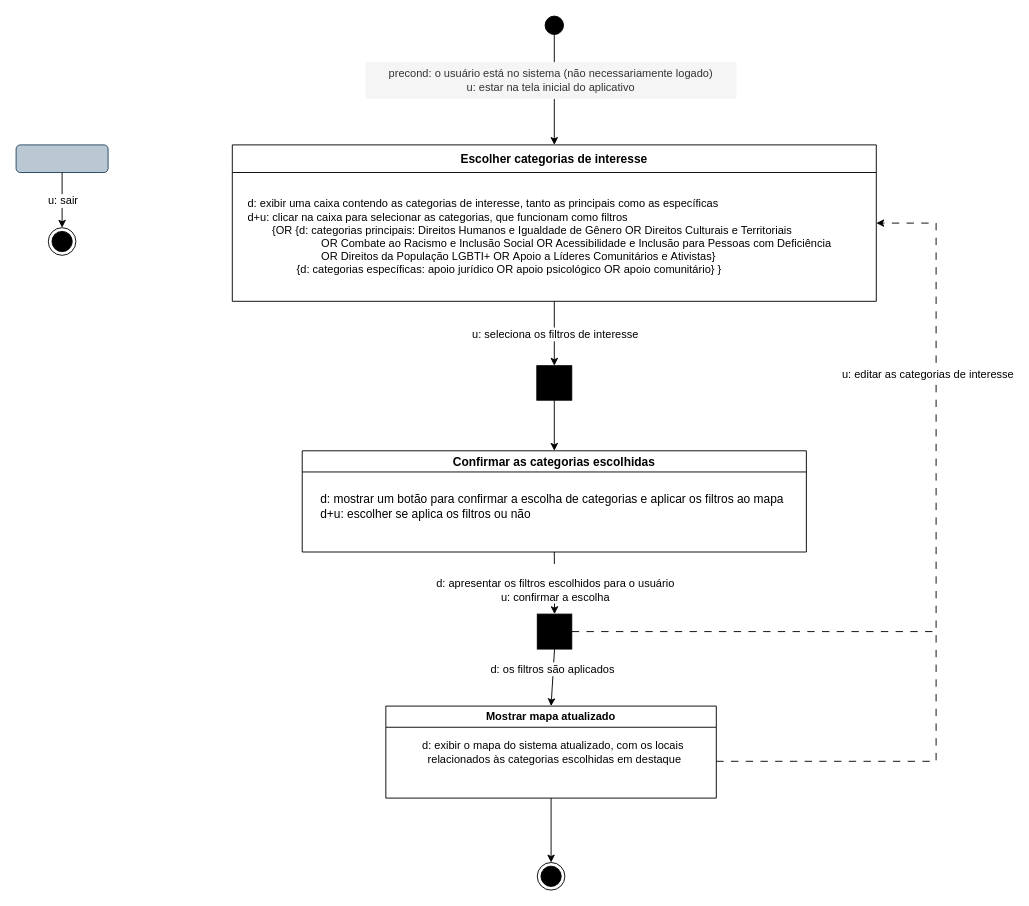
Before: tp ihc - modelagem de interação preferências .drawio in manuelamfo/TP-IHC-2024-2, a draw.io diagram. Source tidied: cells renumbered, new cells numbered last; positions are measured from the earlier drawing's top-left corner, leaving out a move shared by most shapes. Both pictures are drawn from the tidied source at 92%, with x=0, y=0 at pixel (16, 16).
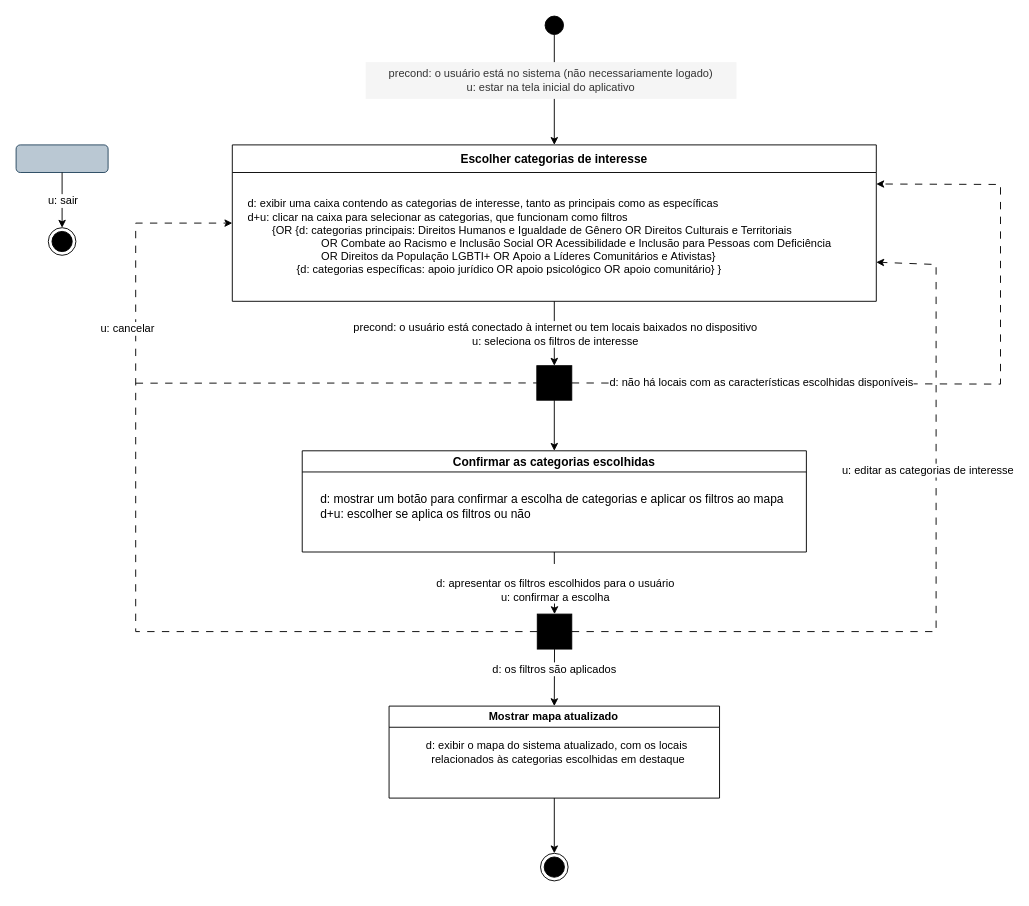
After the change.

The change refers to these unchanged cells:
```xml
<mxCell id="5" style="whiteSpace=wrap;html=1;fontStyle=1;startSize=23;fillColor=#000000;direction=south;" parent="1" vertex="1">
  <mxGeometry x="566.5" y="650" width="37.5" height="38" as="geometry" />
</mxCell>
<mxCell id="14" value="&lt;font style=&quot;font-size: 13px;&quot;&gt;Escolher categorias de interesse&lt;/font&gt;" style="swimlane;whiteSpace=wrap;html=1;startSize=30;" parent="1" vertex="1">
  <mxGeometry x="235" y="140" width="700" height="170" as="geometry" />
</mxCell>
<mxCell id="17" style="whiteSpace=wrap;html=1;fontStyle=1;startSize=23;fillColor=#000000;" parent="1" vertex="1">
  <mxGeometry x="566" y="380" width="38" height="37.5" as="geometry" />
</mxCell>
<mxCell id="19" style="endArrow=classic;html=1;rounded=0;exitX=0.5;exitY=1;exitDx=0;exitDy=0;entryX=0.5;entryY=0;entryDx=0;entryDy=0;" parent="1" edge="1" source="14" target="17">
  <mxGeometry relative="1" as="geometry" />
</mxCell>
```

Diff of the diagram source:
```diff
@@
     <mxCell id="8" style="ellipse;html=1;shape=endState;fillColor=#000000;strokeColor=#000000;" parent="1" vertex="1">
-      <mxGeometry x="566.5" y="920" width="30" height="30" as="geometry" />
+      <mxGeometry x="570" y="910" width="30" height="30" as="geometry" />
     </mxCell>
@@
-    <mxCell id="20" value="u: seleciona os filtros de interesse" style="edgeLabel;html=1;align=center;verticalAlign=middle;fontSize=12;" parent="19" vertex="1">
+    <mxCell id="20" value="&lt;div&gt;precond: o usuário está conectado à internet ou tem locais baixados no dispositivo&lt;/div&gt;u: seleciona os filtros de interesse" style="edgeLabel;html=1;align=center;verticalAlign=middle;fontSize=12;" parent="19" vertex="1">
       <mxGeometry relative="1" as="geometry" />
     </mxCell>
@@
     <mxCell id="23" value="Mostrar mapa atualizado" style="swimlane;whiteSpace=wrap;html=1;" parent="1" vertex="1">
-      <mxGeometry x="401.9" y="750" width="359.2" height="100" as="geometry" />
+      <mxGeometry x="405.4" y="750" width="359.2" height="100" as="geometry" />
     </mxCell>
@@
-    <mxCell id="26" style="endArrow=classic;html=1;rounded=0;entryX=1;entryY=0.5;entryDx=0;entryDy=0;dashed=1;dashPattern=8 8;" parent="1" edge="1" target="14">
+    <mxCell id="26" style="endArrow=classic;html=1;rounded=0;entryX=1;entryY=0.75;entryDx=0;entryDy=0;dashed=1;dashPattern=8 8;exitX=0.5;exitY=0;exitDx=0;exitDy=0;" parent="1" edge="1" source="5" target="14">
       <mxGeometry relative="1" as="geometry">
-        <mxPoint x="761.1" y="810" as="sourcePoint" />
         <Array as="points">
-          <mxPoint x="1000" y="810" />
-          <mxPoint x="1000" y="225" />
+          <mxPoint x="1000" y="669" />
+          <mxPoint x="1000" y="270" />
         </Array>
       </mxGeometry>
     </mxCell>
     <mxCell id="27" value="u: editar as categorias de interesse" style="edgeLabel;html=1;align=center;verticalAlign=middle;fontSize=12;" parent="26" vertex="1">
       <mxGeometry relative="1" as="geometry">
-        <mxPoint x="-10" y="-215" as="offset" />
+        <mxPoint x="-10" y="-142" as="offset" />
       </mxGeometry>
     </mxCell>
-    <mxCell id="28" style="endArrow=none;html=1;rounded=0;exitX=0.5;exitY=0;exitDx=0;exitDy=0;dashed=1;dashPattern=8 8;" parent="1" edge="1" source="5">
-      <mxGeometry relative="1" as="geometry">
-        <mxPoint x="1000" y="669" as="targetPoint" />
-      </mxGeometry>
-    </mxCell>
+    <mxCell id="29" style="endArrow=classic;html=1;rounded=0;entryX=0;entryY=0.5;entryDx=0;entryDy=0;dashed=1;dashPattern=8 8;exitX=0.5;exitY=1;exitDx=0;exitDy=0;" parent="1" edge="1" source="5" target="14">
+      <mxGeometry relative="1" as="geometry">
+        <Array as="points">
+          <mxPoint x="130" y="669" />
+          <mxPoint x="130" y="225" />
+        </Array>
+      </mxGeometry>
+    </mxCell>
+    <mxCell id="30" value="u: cancelar" style="edgeLabel;html=1;align=center;verticalAlign=middle;fontSize=12;" parent="29" vertex="1">
+      <mxGeometry relative="1" as="geometry">
+        <mxPoint x="-10" y="-273" as="offset" />
+      </mxGeometry>
+    </mxCell>
+    <mxCell id="31" style="endArrow=none;html=1;rounded=0;entryX=0;entryY=0.5;entryDx=0;entryDy=0;dashed=1;dashPattern=8 8;" parent="1" edge="1" target="17">
+      <mxGeometry relative="1" as="geometry">
+        <mxPoint x="130" y="399" as="sourcePoint" />
+      </mxGeometry>
+    </mxCell>
+    <mxCell id="32" style="endArrow=classic;html=1;rounded=0;exitX=1;exitY=0.5;exitDx=0;exitDy=0;entryX=1;entryY=0.25;entryDx=0;entryDy=0;dashed=1;dashPattern=8 8;" parent="1" edge="1" source="17" target="14">
+      <mxGeometry relative="1" as="geometry">
+        <Array as="points">
+          <mxPoint x="1070" y="400" />
+          <mxPoint x="1070" y="183" />
+        </Array>
+      </mxGeometry>
+    </mxCell>
+    <mxCell id="33" value="d: não há locais com as características escolhidas disponíveis" style="edgeLabel;html=1;align=center;verticalAlign=middle;fontSize=12;" parent="32" vertex="1">
+      <mxGeometry relative="1" as="geometry">
+        <mxPoint x="-203" y="-1" as="offset" />
+      </mxGeometry>
+    </mxCell>
```
